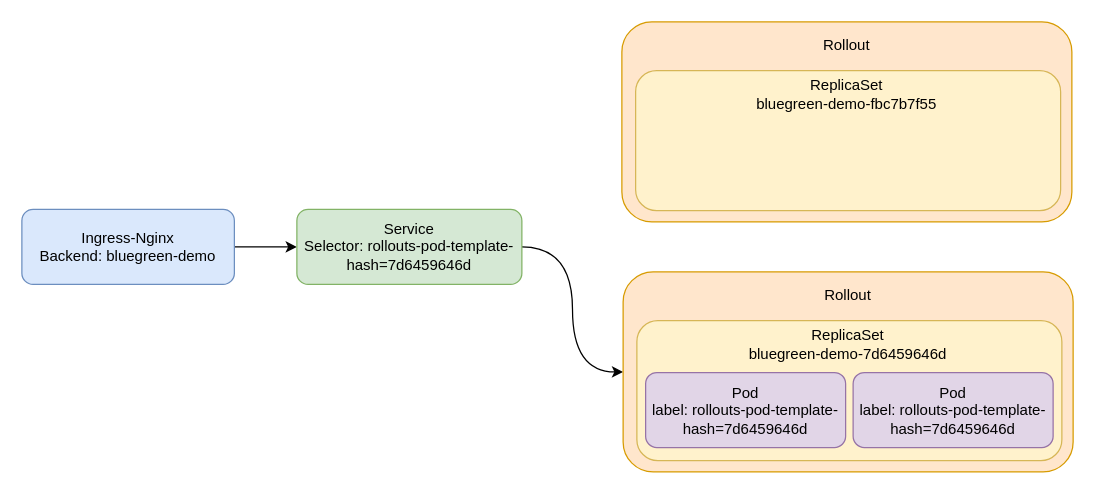
The draw.io diagram advance-deployment/24/argo-auto-2.drawio in lyzhang1999/gitops, before the edit. Source tidied: cells renumbered, new cells numbered last; positions are measured from the earlier drawing's top-left corner, leaving out a move shared by most shapes. Both pictures are drawn from the tidied source at 125%, with x=0, y=0 at pixel (21, 21).
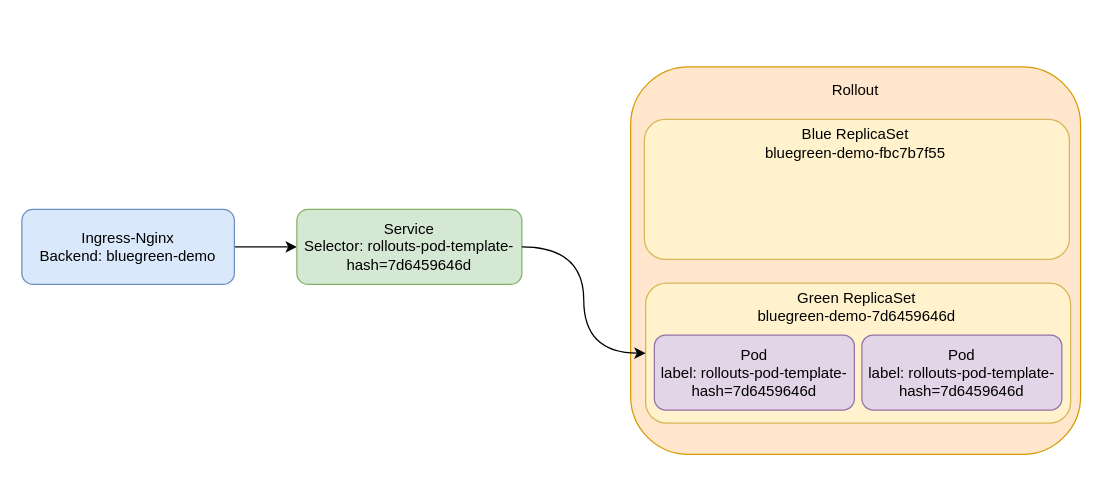
The same page after the edit.

The edit, as a diff of the source:
```diff
@@
 <mxGraphModel>
   <root>
     <mxCell id="0" />
     <mxCell id="1" parent="0" />
     <mxCell id="2" style="edgeStyle=orthogonalEdgeStyle;rounded=0;jettySize=auto;html=1;exitX=1;exitY=0.5;exitDx=0;exitDy=0;entryX=0;entryY=0.5;entryDx=0;entryDy=0;curved=1;" parent="1" edge="1" source="3" target="5">
       <mxGeometry relative="1" as="geometry" />
     </mxCell>
     <mxCell id="3" value="Ingress-Nginx&lt;br&gt;Backend: bluegreen-demo" style="rounded=1;whiteSpace=wrap;html=1;fillColor=#dae8fc;strokeColor=#6c8ebf;" parent="1" vertex="1">
       <mxGeometry y="150" width="170" height="60" as="geometry" />
     </mxCell>
-    <mxCell id="4" style="edgeStyle=orthogonalEdgeStyle;rounded=0;jettySize=auto;html=1;exitX=1;exitY=0.5;exitDx=0;exitDy=0;curved=1;" parent="1" edge="1" source="5" target="10">
-      <mxGeometry relative="1" as="geometry" />
-    </mxCell>
     <mxCell id="5" value="Service&lt;br&gt;Selector: rollouts-pod-template-hash=7d6459646d" style="rounded=1;whiteSpace=wrap;html=1;fillColor=#d5e8d4;strokeColor=#82b366;" parent="1" vertex="1">
       <mxGeometry x="220" y="150" width="180" height="60" as="geometry" />
     </mxCell>
-    <mxCell id="6" style="rounded=1;whiteSpace=wrap;html=1;fillColor=#ffe6cc;strokeColor=#d79b00;" parent="1" vertex="1">
-      <mxGeometry x="480" width="360" height="160" as="geometry" />
+    <mxCell id="6" style="rounded=1;whiteSpace=wrap;html=1;fillColor=#ffe6cc;strokeColor=#d79b00;sketch=0;glass=0;shadow=0;" parent="1" vertex="1">
+      <mxGeometry x="487" y="36" width="360" height="310" as="geometry" />
     </mxCell>
     <mxCell id="7" value="Rollout" style="text;html=1;strokeColor=none;fillColor=none;align=center;verticalAlign=middle;whiteSpace=wrap;rounded=0;" parent="1" vertex="1">
-      <mxGeometry x="605" y="3.5" width="110" height="30" as="geometry" />
+      <mxGeometry x="612" y="39.5" width="110" height="30" as="geometry" />
     </mxCell>
     <mxCell id="8" style="rounded=1;whiteSpace=wrap;html=1;fillColor=#fff2cc;strokeColor=#d6b656;" parent="1" vertex="1">
-      <mxGeometry x="491" y="39" width="340" height="112" as="geometry" />
+      <mxGeometry x="498" y="78" width="340" height="112" as="geometry" />
     </mxCell>
-    <mxCell id="9" value="ReplicaSet&lt;br&gt;bluegreen-demo-fbc7b7f55" style="text;html=1;strokeColor=none;fillColor=none;align=center;verticalAlign=middle;whiteSpace=wrap;rounded=0;" parent="1" vertex="1">
-      <mxGeometry x="572" y="43" width="176" height="30" as="geometry" />
+    <mxCell id="9" value="Blue ReplicaSet&lt;br&gt;bluegreen-demo-fbc7b7f55" style="text;html=1;strokeColor=none;fillColor=none;align=center;verticalAlign=middle;whiteSpace=wrap;rounded=0;" parent="1" vertex="1">
+      <mxGeometry x="579" y="82" width="176" height="30" as="geometry" />
     </mxCell>
-    <mxCell id="10" style="rounded=1;whiteSpace=wrap;html=1;fillColor=#ffe6cc;strokeColor=#d79b00;" parent="1" vertex="1">
-      <mxGeometry x="481" y="200" width="360" height="160" as="geometry" />
-    </mxCell>
-    <mxCell id="11" value="Rollout" style="text;html=1;strokeColor=none;fillColor=none;align=center;verticalAlign=middle;whiteSpace=wrap;rounded=0;" parent="1" vertex="1">
-      <mxGeometry x="606" y="203.5" width="110" height="30" as="geometry" />
-    </mxCell>
     <mxCell id="12" style="rounded=1;whiteSpace=wrap;html=1;fillColor=#fff2cc;strokeColor=#d6b656;" parent="1" vertex="1">
-      <mxGeometry x="492" y="239" width="340" height="112" as="geometry" />
+      <mxGeometry x="499" y="209" width="340" height="112" as="geometry" />
     </mxCell>
     <mxCell id="13" value="Pod&lt;br&gt;label: rollouts-pod-template-hash=7d6459646d" style="rounded=1;whiteSpace=wrap;html=1;fillColor=#e1d5e7;strokeColor=#9673a6;" parent="1" vertex="1">
-      <mxGeometry x="499" y="280.5" width="160" height="60" as="geometry" />
+      <mxGeometry x="506" y="250.5" width="160" height="60" as="geometry" />
     </mxCell>
-    <mxCell id="14" value="ReplicaSet&lt;br&gt;bluegreen-demo-7d6459646d" style="text;html=1;strokeColor=none;fillColor=none;align=center;verticalAlign=middle;whiteSpace=wrap;rounded=0;" parent="1" vertex="1">
-      <mxGeometry x="573" y="243" width="176" height="30" as="geometry" />
+    <mxCell id="14" value="Green ReplicaSet&lt;br&gt;bluegreen-demo-7d6459646d" style="text;html=1;strokeColor=none;fillColor=none;align=center;verticalAlign=middle;whiteSpace=wrap;rounded=0;" parent="1" vertex="1">
+      <mxGeometry x="580" y="213" width="176" height="30" as="geometry" />
     </mxCell>
     <mxCell id="15" value="Pod&lt;br&gt;label: rollouts-pod-template-hash=7d6459646d" style="rounded=1;whiteSpace=wrap;html=1;fillColor=#e1d5e7;strokeColor=#9673a6;" parent="1" vertex="1">
-      <mxGeometry x="665" y="280.5" width="160" height="60" as="geometry" />
+      <mxGeometry x="672" y="250.5" width="160" height="60" as="geometry" />
     </mxCell>
+    <mxCell id="4" style="edgeStyle=orthogonalEdgeStyle;rounded=0;jettySize=auto;html=1;exitX=1;exitY=0.5;exitDx=0;exitDy=0;curved=1;entryX=0;entryY=0.5;entryDx=0;entryDy=0;" parent="1" edge="1" source="5" target="12">
+      <mxGeometry relative="1" as="geometry" />
+    </mxCell>
   </root>
 </mxGraphModel>
```
